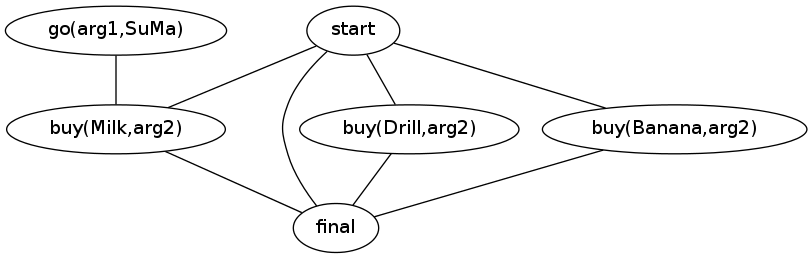
Above: Partial_Order_Planning/graph.png in cerdogan/Job (Graphviz), before the change. Its source is kept beside it as Partial_Order_Planning/graph.dot.
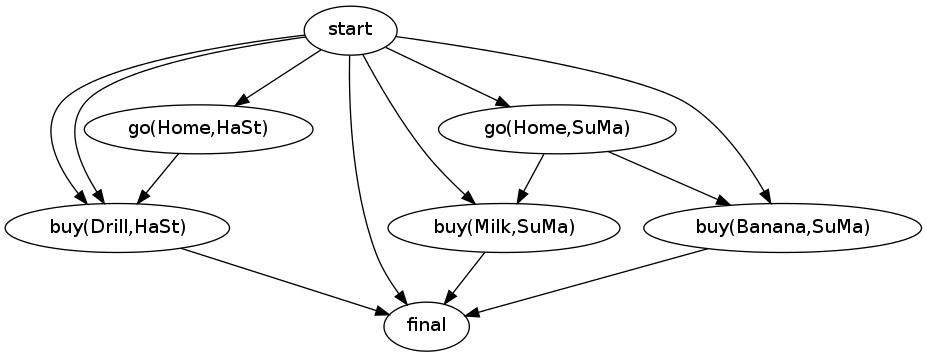
Above is the later version.

What changed in the source:
```diff
@@ -1,10 +1,15 @@
-graph {
-"buy(Milk,arg2)" -- "final"
-"start" -- "buy(Milk,arg2)"
-"buy(Drill,arg2)" -- "final"
-"buy(Banana,arg2)" -- "final"
-"start" -- "buy(Drill,arg2)"
-"start" -- "final"
-"start" -- "buy(Banana,arg2)"
-"go(arg1,SuMa)" -- "buy(Milk,arg2)"
+digraph {
+"start" -> "buy(Drill,HaSt)"
+"start" -> "final"
+"start" -> "buy(Milk,SuMa)"
+"start" -> "buy(Drill,HaSt)"
+"buy(Milk,SuMa)" -> "final"
+"go(Home,SuMa)" -> "buy(Banana,SuMa)"
+"buy(Banana,SuMa)" -> "final"
+"buy(Drill,HaSt)" -> "final"
+"go(Home,SuMa)" -> "buy(Milk,SuMa)"
+"start" -> "go(Home,SuMa)"
+"start" -> "buy(Banana,SuMa)"
+"start" -> "go(Home,HaSt)"
+"go(Home,HaSt)" -> "buy(Drill,HaSt)"
 }
```
